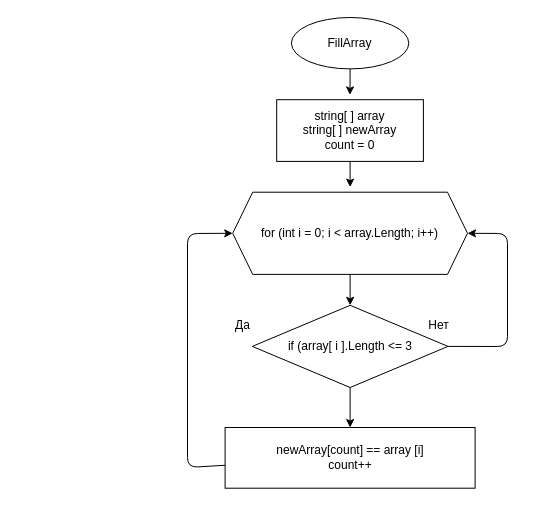
This is block_diagram.drawio from Elena-zydfhm/Testwork, a draw.io file, before an edit. Source tidied: cells renumbered, new cells numbered last; positions are measured from the earlier drawing's top-left corner, leaving out a move shared by most shapes. Both pictures are drawn from the tidied source at 100%, with x=0, y=0 at pixel (17, 17).
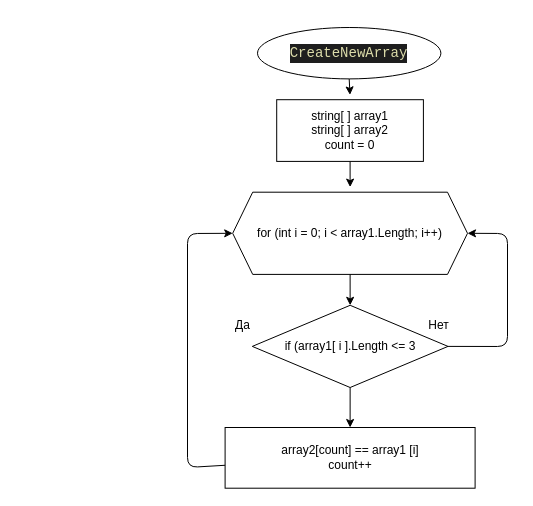
The same page after the edit.

Commit message (it also covers changes not shown here):
блок создан

The change refers to these unchanged cells:
```xml
<mxCell id="2" style="group;" parent="1" vertex="1">
  <mxGeometry width="450" height="370" as="geometry" />
</mxCell>
<mxCell id="3" style="group;" parent="2" vertex="1">
  <mxGeometry x="264.1" width="146.7" height="169.6" as="geometry" />
</mxCell>
```

What changed in the source:
```diff
@@
-    <mxCell id="4" value="FillArray" style="ellipse;whiteSpace=wrap;html=1;" parent="3" vertex="1">
-      <mxGeometry x="9.8" width="117.4" height="51.4" as="geometry" />
-    </mxCell>
@@
-    <mxCell id="7" value="&lt;span&gt;string[ ] array&lt;/span&gt;&lt;br&gt;&lt;span&gt;string[ ] newArray&lt;br&gt;count = 0&lt;br&gt;&lt;/span&gt;" style="rounded=0;whiteSpace=wrap;html=1;" parent="3" vertex="1">
+    <mxCell id="7" value="&lt;span&gt;string[ ] array1&lt;/span&gt;&lt;br&gt;&lt;span&gt;string[ ] array2&lt;br&gt;count = 0&lt;br&gt;&lt;/span&gt;" style="rounded=0;whiteSpace=wrap;html=1;" parent="3" vertex="1">
       <mxGeometry x="-4.9" y="82.2" width="146.7" height="61.7" as="geometry" />
     </mxCell>
-    <mxCell id="8" value="for (int i = 0; i &amp;lt; array.Length; i++)" style="shape=hexagon;perimeter=hexagonPerimeter2;whiteSpace=wrap;html=1;fixedSize=1;" parent="2" vertex="1">
+    <mxCell id="8" value="for (int i = 0; i &amp;lt; array1.Length; i++)" style="shape=hexagon;perimeter=hexagonPerimeter2;whiteSpace=wrap;html=1;fixedSize=1;" parent="2" vertex="1">
       <mxGeometry x="215.2" y="174.7" width="234.8" height="82.2" as="geometry" />
     </mxCell>
@@
-    <mxCell id="10" value="if (array[ i ].Length &amp;lt;= 3" style="rhombus;whiteSpace=wrap;html=1;" parent="2" vertex="1">
+    <mxCell id="10" value="if (array1[ i ].Length &amp;lt;= 3" style="rhombus;whiteSpace=wrap;html=1;" parent="2" vertex="1">
       <mxGeometry x="234.8" y="287.8" width="195.7" height="82.2" as="geometry" />
     </mxCell>
@@
+    <mxCell id="4" value="&lt;div style=&quot;background-color: rgb(30 , 30 , 30) ; font-family: &amp;#34;consolas&amp;#34; , &amp;#34;courier new&amp;#34; , monospace ; font-size: 14px ; line-height: 19px&quot;&gt;&lt;div style=&quot;font-family: &amp;#34;consolas&amp;#34; , &amp;#34;courier new&amp;#34; , monospace ; line-height: 19px&quot;&gt;&lt;font color=&quot;#dcdcaa&quot;&gt;CreateNewArray&lt;/font&gt;&lt;/div&gt;&lt;/div&gt;" style="ellipse;whiteSpace=wrap;html=1;" parent="2" vertex="1">
+      <mxGeometry x="240" y="10" width="183.4" height="51.4" as="geometry" />
+    </mxCell>
-    <mxCell id="14" value="newArray[count] == array [i]&lt;br&gt;count++" style="whiteSpace=wrap;html=1;" parent="1" vertex="1">
+    <mxCell id="14" value="array2[count] == array1 [i]&lt;br&gt;count++" style="whiteSpace=wrap;html=1;" parent="1" vertex="1">
       <mxGeometry x="207.6" y="410" width="250" height="60.7" as="geometry" />
     </mxCell>
```
